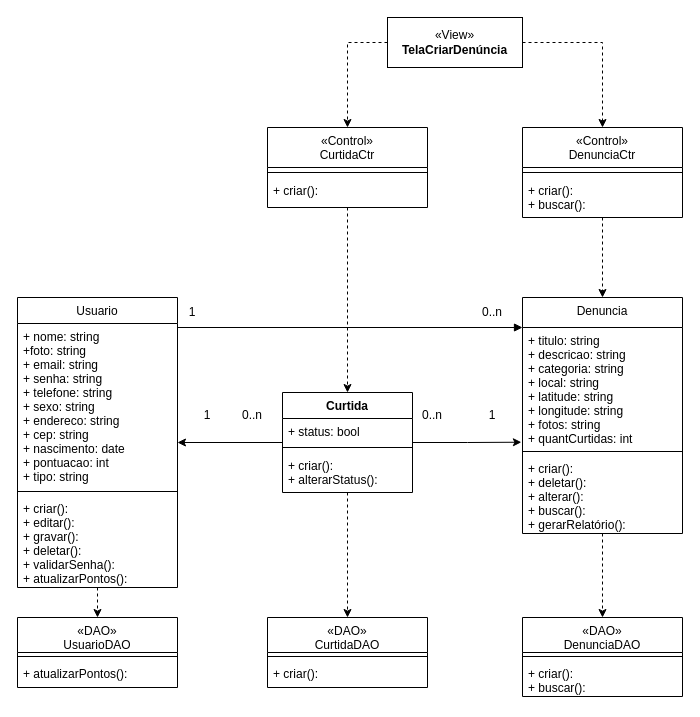
The draw.io diagram Documentação/Diagramas/Diagramas de Casos de Uso/Diagrama de Caso de Uso Criar Denuncia.drawio in frsouzaa/Documentacao-TCC-NossaVia, before the edit. Source tidied: cells renumbered, new cells numbered last; positions are measured from the earlier drawing's top-left corner, leaving out a move shared by most shapes. Both pictures are drawn from the tidied source at 100%, with x=0, y=0 at pixel (17, 17).
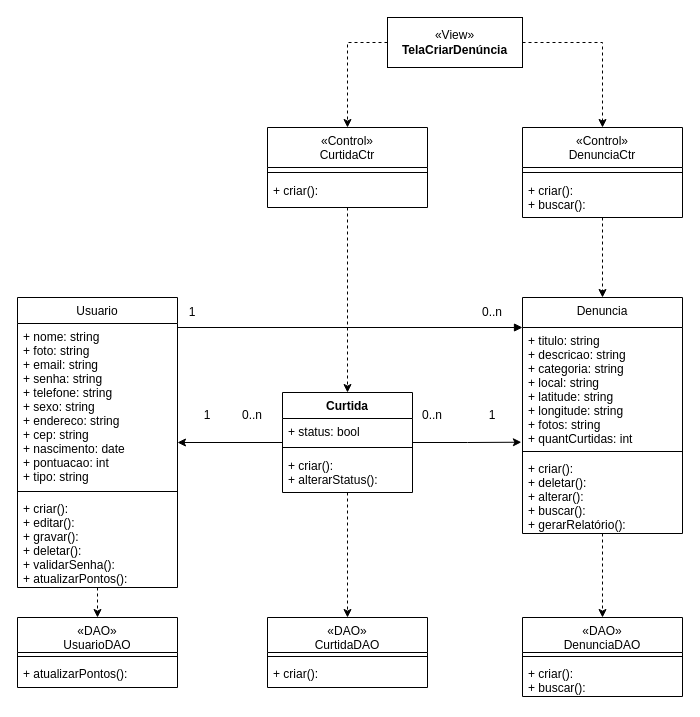
After the change.

The change refers to these unchanged cells:
```xml
<mxCell id="7" value="Usuario" style="swimlane;fontStyle=0;align=center;verticalAlign=top;horizontal=1;startSize=26;rounded=0;shadow=0;strokeWidth=1;" parent="1" vertex="1">
  <mxGeometry y="280" width="160" height="290" as="geometry" />
</mxCell>
```

What changed in the source:
```diff
@@
-    <mxCell id="8" value="+ nome: string&#10;+foto: string&#10;+ email: string&#10;+ senha: string&#10;+ telefone: string&#10;+ sexo: string&#10;+ endereco: string&#10;+ cep: string&#10;+ nascimento: date&#10;+ pontuacao: int&#10;+ tipo: string " style="text;align=left;verticalAlign=top;spacingLeft=4;spacingRight=4;overflow=hidden;" parent="7" vertex="1">
+    <mxCell id="8" value="+ nome: string&#10;+ foto: string&#10;+ email: string&#10;+ senha: string&#10;+ telefone: string&#10;+ sexo: string&#10;+ endereco: string&#10;+ cep: string&#10;+ nascimento: date&#10;+ pontuacao: int&#10;+ tipo: string " style="text;align=left;verticalAlign=top;spacingLeft=4;spacingRight=4;overflow=hidden;" parent="7" vertex="1">
       <mxGeometry y="26" width="160" height="164" as="geometry" />
     </mxCell>
```
